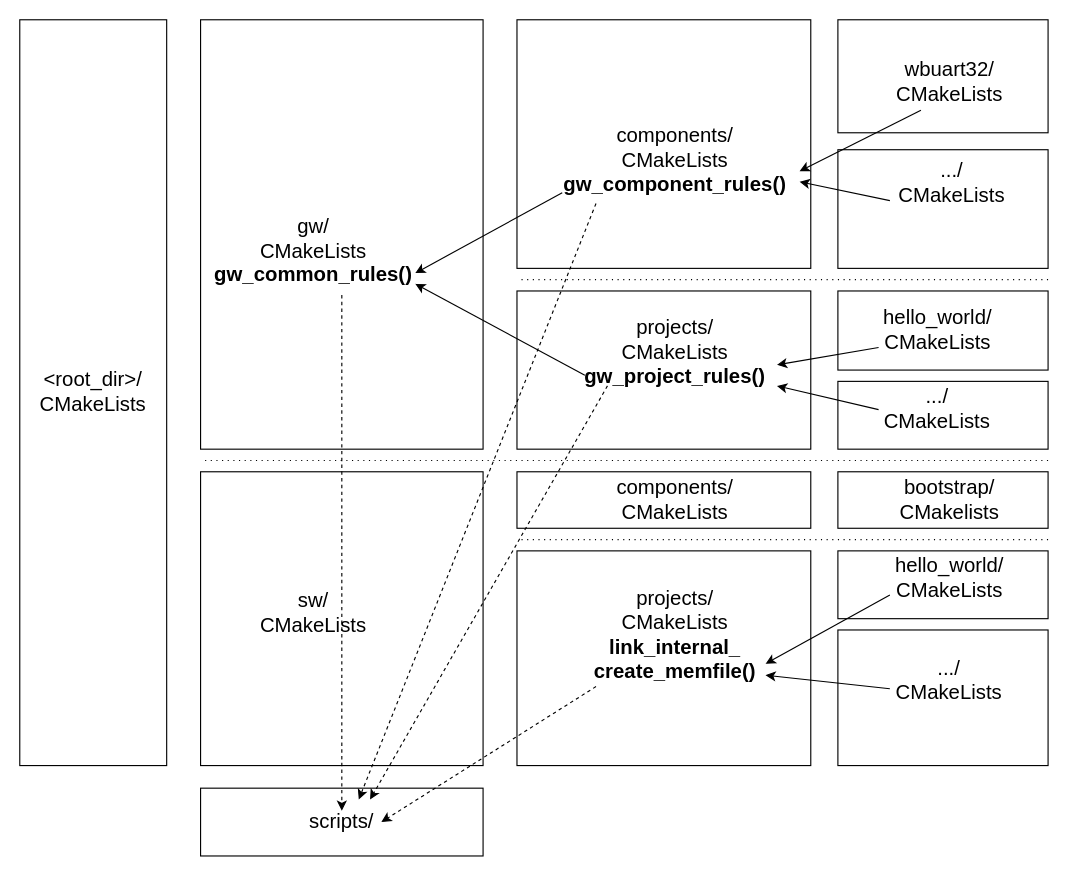
Before: docs/assets/CMakeLists_Org.drawio in epsilon537/boxlambda, a draw.io diagram. Source tidied: cells renumbered, new cells numbered last; positions are measured from the earlier drawing's top-left corner, leaving out a move shared by most shapes. Both pictures are drawn from the tidied source at 113%, with x=0, y=0 at pixel (19, 19).
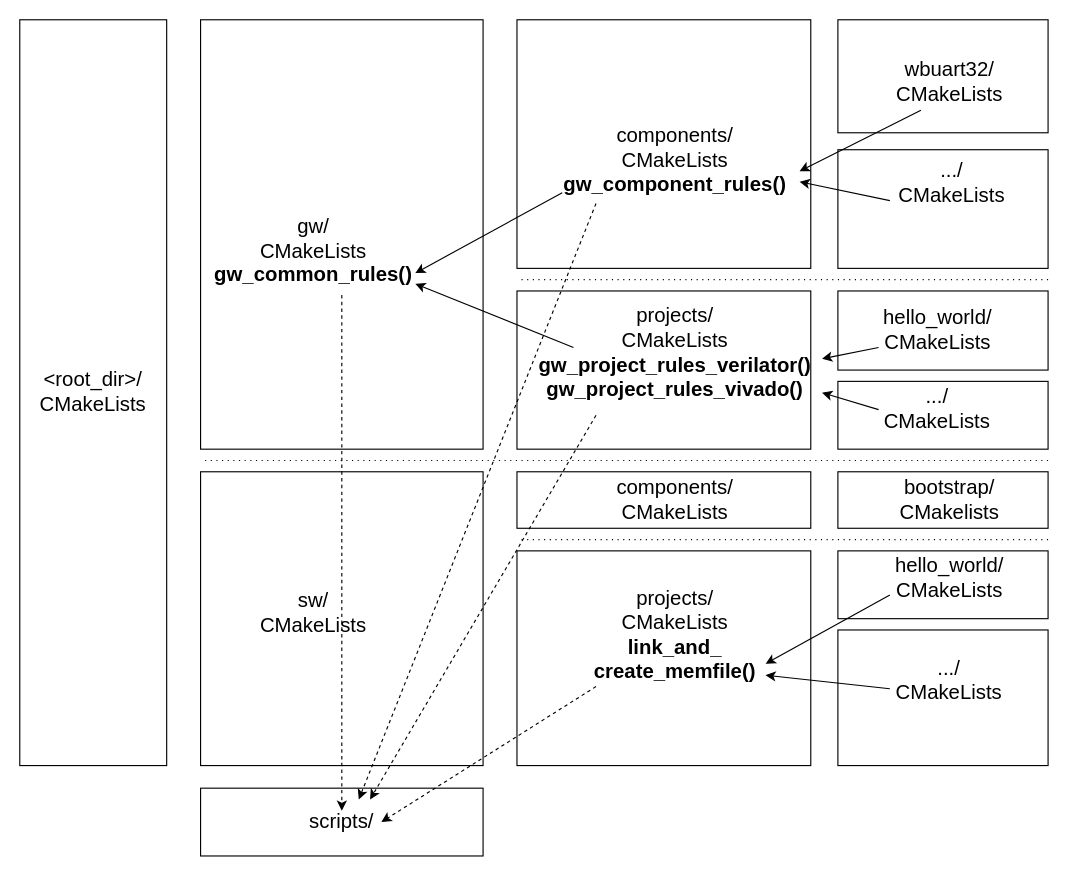
Above is the later version.

Unchanged cells that the change refers to:
```xml
<mxCell id="10" style="rounded=0;whiteSpace=wrap;html=1;fontSize=18;" parent="1" vertex="1">
  <mxGeometry x="160" width="250" height="380" as="geometry" />
</mxCell>
<mxCell id="13" style="rounded=0;whiteSpace=wrap;html=1;fontSize=18;" parent="1" vertex="1">
  <mxGeometry x="440" y="240" width="260" height="140" as="geometry" />
</mxCell>
<mxCell id="35" value="scripts/" style="rounded=0;whiteSpace=wrap;html=1;fontSize=18;" parent="1" vertex="1">
  <mxGeometry x="160" y="680" width="250" height="60" as="geometry" />
</mxCell>
```

The edit, as a diff of the source:
```diff
@@
-    <mxCell id="18" value="projects/&lt;br&gt;CMakeLists&lt;br&gt;&lt;b&gt;gw_project_rules()&lt;/b&gt;" style="text;html=1;strokeColor=none;fillColor=none;align=center;verticalAlign=middle;whiteSpace=wrap;rounded=0;fontSize=18;" parent="1" vertex="1">
+    <mxCell id="18" value="projects/&lt;br&gt;CMakeLists&lt;br&gt;&lt;b&gt;gw_project_rules_verilator()&lt;/b&gt;&lt;div&gt;&lt;b&gt;gw_project_rules_vivado()&lt;/b&gt;&lt;/div&gt;" style="text;html=1;strokeColor=none;fillColor=none;align=center;verticalAlign=middle;whiteSpace=wrap;rounded=0;fontSize=18;" parent="1" vertex="1">
       <mxGeometry x="550" y="280" width="60" height="30" as="geometry" />
     </mxCell>
@@
-    <mxCell id="24" value="projects/&lt;br&gt;CMakeLists&lt;br&gt;&lt;b&gt;link_internal_&lt;br&gt;create_memfile()&lt;/b&gt;" style="text;html=1;strokeColor=none;fillColor=none;align=center;verticalAlign=middle;whiteSpace=wrap;rounded=0;fontSize=18;" parent="1" vertex="1">
+    <mxCell id="24" value="projects/&lt;br&gt;CMakeLists&lt;br&gt;&lt;b&gt;link_and_&lt;br&gt;create_memfile()&lt;/b&gt;" style="text;html=1;strokeColor=none;fillColor=none;align=center;verticalAlign=middle;whiteSpace=wrap;rounded=0;fontSize=18;" parent="1" vertex="1">
       <mxGeometry x="550" y="530" width="60" height="30" as="geometry" />
     </mxCell>
@@
-    <mxCell id="29" style="endArrow=classic;html=1;rounded=0;fontSize=18;entryX=0.885;entryY=0.467;entryDx=0;entryDy=0;entryPerimeter=0;" parent="1" edge="1" target="13">
+    <mxCell id="29" style="endArrow=classic;html=1;rounded=0;fontSize=18;" parent="1" edge="1">
       <mxGeometry relative="1" as="geometry">
         <mxPoint x="760" y="290" as="sourcePoint" />
+        <mxPoint x="710" y="300" as="targetPoint" />
       </mxGeometry>
     </mxCell>
-    <mxCell id="30" style="endArrow=classic;html=1;rounded=0;fontSize=18;entryX=0.885;entryY=0.6;entryDx=0;entryDy=0;entryPerimeter=0;" parent="1" edge="1" target="13">
+    <mxCell id="30" style="endArrow=classic;html=1;rounded=0;fontSize=18;" parent="1" edge="1">
       <mxGeometry relative="1" as="geometry">
         <mxPoint x="760" y="345" as="sourcePoint" />
+        <mxPoint x="710" y="330" as="targetPoint" />
       </mxGeometry>
     </mxCell>
@@
-    <mxCell id="33" style="endArrow=classic;html=1;rounded=0;fontSize=18;entryX=0.76;entryY=0.615;entryDx=0;entryDy=0;entryPerimeter=0;exitX=0.231;exitY=0.533;exitDx=0;exitDy=0;exitPerimeter=0;" parent="1" edge="1" source="13" target="10">
+    <mxCell id="33" style="endArrow=classic;html=1;rounded=0;fontSize=18;entryX=0.76;entryY=0.615;entryDx=0;entryDy=0;entryPerimeter=0;exitX=-1;exitY=0.333;exitDx=0;exitDy=0;exitPerimeter=0;" parent="1" edge="1" source="18" target="10">
       <mxGeometry relative="1" as="geometry" />
     </mxCell>
@@
-    <mxCell id="37" style="endArrow=classic;html=1;rounded=0;dashed=1;fontSize=18;exitX=0.308;exitY=0.6;exitDx=0;exitDy=0;exitPerimeter=0;entryX=0.6;entryY=0.167;entryDx=0;entryDy=0;entryPerimeter=0;" parent="1" edge="1" source="13" target="35">
+    <mxCell id="37" style="endArrow=classic;html=1;rounded=0;dashed=1;fontSize=18;exitX=0.269;exitY=0.786;exitDx=0;exitDy=0;exitPerimeter=0;entryX=0.6;entryY=0.167;entryDx=0;entryDy=0;entryPerimeter=0;" parent="1" edge="1" source="13" target="35">
       <mxGeometry relative="1" as="geometry" />
     </mxCell>
```
